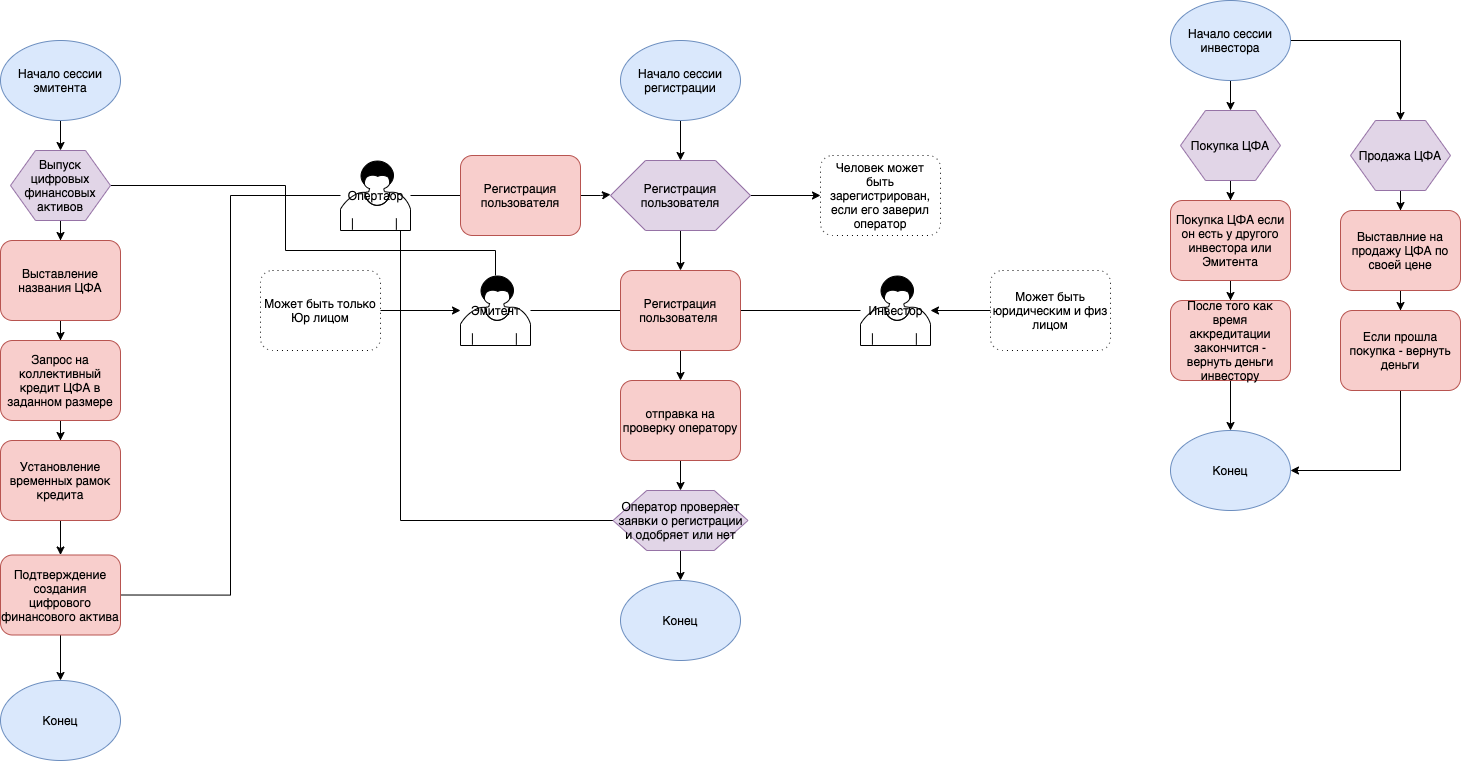
The draw.io diagram Buisness process/Алгоритм работы программы.png in HehexOne/nsd-dtp, before a commit. Source tidied: cells renumbered, new cells last; positions are measured from the earlier drawing's top-left corner, leaving out a move shared by most shapes. Its diagram source:
```xml
<mxGraphModel>
  <root>
    <mxCell id="0" />
    <mxCell id="1" parent="0" />
    <mxCell id="2" style="edgeStyle=orthogonalEdgeStyle;rounded=0;jettySize=auto;html=1;" parent="1" edge="1" source="3" target="7">
      <mxGeometry relative="1" as="geometry" />
    </mxCell>
    <mxCell id="3" value="Начало сессии регистрации" style="ellipse;whiteSpace=wrap;html=1;fillColor=#dae8fc;strokeColor=#6c8ebf;" parent="1" vertex="1">
      <mxGeometry x="620" y="40" width="120" height="80" as="geometry" />
    </mxCell>
    <mxCell id="4" value="Конец" style="ellipse;whiteSpace=wrap;html=1;fillColor=#dae8fc;strokeColor=#6c8ebf;" parent="1" vertex="1">
      <mxGeometry x="620" y="580" width="120" height="80" as="geometry" />
    </mxCell>
    <mxCell id="5" style="edgeStyle=orthogonalEdgeStyle;rounded=0;jettySize=auto;html=1;entryX=0;entryY=0.5;entryDx=0;entryDy=0;" parent="1" edge="1" source="7" target="8">
      <mxGeometry relative="1" as="geometry" />
    </mxCell>
    <mxCell id="6" style="edgeStyle=orthogonalEdgeStyle;rounded=0;jettySize=auto;html=1;entryX=0.5;entryY=0;entryDx=0;entryDy=0;" parent="1" edge="1" source="7" target="23">
      <mxGeometry relative="1" as="geometry" />
    </mxCell>
    <mxCell id="7" value="Регистрация пользователя" style="shape=hexagon;html=1;whiteSpace=wrap;perimeter=hexagonPerimeter;rounded=0;fillColor=#e1d5e7;strokeColor=#9673a6;" parent="1" vertex="1">
      <mxGeometry x="610" y="160" width="140" height="70" as="geometry" />
    </mxCell>
    <mxCell id="8" value="Человек может быть зарегистрирован, если его заверил оператор" style="shape=ext;rounded=1;html=1;whiteSpace=wrap;dashed=1;dashPattern=1 4;" parent="1" vertex="1">
      <mxGeometry x="820" y="155" width="120" height="80" as="geometry" />
    </mxCell>
    <mxCell id="9" style="edgeStyle=orthogonalEdgeStyle;rounded=0;jettySize=auto;html=1;entryX=0.5;entryY=0;entryDx=0;entryDy=0;" parent="1" edge="1" source="10" target="29">
      <mxGeometry relative="1" as="geometry" />
    </mxCell>
    <mxCell id="10" value="отправка на проверку оператору" style="shape=ext;rounded=1;html=1;whiteSpace=wrap;fillColor=#f8cecc;strokeColor=#b85450;" parent="1" vertex="1">
      <mxGeometry x="620" y="380" width="120" height="80" as="geometry" />
    </mxCell>
    <mxCell id="11" style="edgeStyle=orthogonalEdgeStyle;rounded=0;jettySize=auto;html=1;entryX=0;entryY=0.5;entryDx=0;entryDy=0;endArrow=none;endFill=0;" parent="1" edge="1" source="13" target="23">
      <mxGeometry relative="1" as="geometry" />
    </mxCell>
    <mxCell id="12" style="edgeStyle=orthogonalEdgeStyle;rounded=0;jettySize=auto;html=1;entryX=1;entryY=0.5;entryDx=0;entryDy=0;endArrow=none;endFill=0;" parent="1" edge="1" source="13" target="34">
      <mxGeometry relative="1" as="geometry">
        <Array as="points">
          <mxPoint x="495" y="250" />
          <mxPoint x="285" y="250" />
          <mxPoint x="285" y="185" />
        </Array>
      </mxGeometry>
    </mxCell>
    <mxCell id="13" value="Эмитент" style="shape=mxgraph.bpmn.user_task;html=1;outlineConnect=0;" parent="1" vertex="1">
      <mxGeometry x="460" y="275" width="70" height="70" as="geometry" />
    </mxCell>
    <mxCell id="14" style="edgeStyle=orthogonalEdgeStyle;rounded=0;jettySize=auto;html=1;entryX=1;entryY=0.5;entryDx=0;entryDy=0;endArrow=none;endFill=0;" parent="1" edge="1" source="15" target="23">
      <mxGeometry relative="1" as="geometry" />
    </mxCell>
    <mxCell id="15" value="Инвестор" style="shape=mxgraph.bpmn.user_task;html=1;outlineConnect=0;" parent="1" vertex="1">
      <mxGeometry x="860" y="275" width="70" height="70" as="geometry" />
    </mxCell>
    <mxCell id="16" style="edgeStyle=orthogonalEdgeStyle;rounded=0;jettySize=auto;html=1;entryX=0;entryY=0.5;entryDx=0;entryDy=0;endArrow=none;endFill=0;" parent="1" edge="1" source="19" target="21">
      <mxGeometry relative="1" as="geometry" />
    </mxCell>
    <mxCell id="17" style="edgeStyle=orthogonalEdgeStyle;rounded=0;jettySize=auto;html=1;entryX=0;entryY=0.5;entryDx=0;entryDy=0;endArrow=none;endFill=0;" parent="1" edge="1" source="19" target="29">
      <mxGeometry relative="1" as="geometry">
        <Array as="points">
          <mxPoint x="400" y="520" />
        </Array>
      </mxGeometry>
    </mxCell>
    <mxCell id="18" style="edgeStyle=orthogonalEdgeStyle;rounded=0;jettySize=auto;html=1;entryX=1;entryY=0.5;entryDx=0;entryDy=0;endArrow=none;endFill=0;" parent="1" edge="1" source="19" target="36">
      <mxGeometry relative="1" as="geometry" />
    </mxCell>
    <mxCell id="19" value="Опертаор" style="shape=mxgraph.bpmn.user_task;html=1;outlineConnect=0;" parent="1" vertex="1">
      <mxGeometry x="340" y="160" width="70" height="70" as="geometry" />
    </mxCell>
    <mxCell id="20" style="edgeStyle=orthogonalEdgeStyle;rounded=0;jettySize=auto;html=1;entryX=0;entryY=0.5;entryDx=0;entryDy=0;" parent="1" edge="1" source="21" target="7">
      <mxGeometry relative="1" as="geometry" />
    </mxCell>
    <mxCell id="21" value="Регистрация пользователя" style="shape=ext;rounded=1;html=1;whiteSpace=wrap;fillColor=#f8cecc;strokeColor=#b85450;" parent="1" vertex="1">
      <mxGeometry x="460" y="155" width="120" height="80" as="geometry" />
    </mxCell>
    <mxCell id="22" style="edgeStyle=orthogonalEdgeStyle;rounded=0;jettySize=auto;html=1;entryX=0.5;entryY=0;entryDx=0;entryDy=0;" parent="1" edge="1" source="23" target="10">
      <mxGeometry relative="1" as="geometry" />
    </mxCell>
    <mxCell id="23" value="Регистрация пользователя&amp;nbsp;" style="shape=ext;rounded=1;html=1;whiteSpace=wrap;fillColor=#f8cecc;strokeColor=#b85450;" parent="1" vertex="1">
      <mxGeometry x="620" y="270" width="120" height="80" as="geometry" />
    </mxCell>
    <mxCell id="24" style="edgeStyle=orthogonalEdgeStyle;rounded=0;jettySize=auto;html=1;" parent="1" edge="1" source="25" target="13">
      <mxGeometry relative="1" as="geometry" />
    </mxCell>
    <mxCell id="25" value="Может быть только Юр лицом" style="shape=ext;rounded=1;html=1;whiteSpace=wrap;dashed=1;dashPattern=1 4;" parent="1" vertex="1">
      <mxGeometry x="260" y="270" width="120" height="80" as="geometry" />
    </mxCell>
    <mxCell id="26" style="edgeStyle=orthogonalEdgeStyle;rounded=0;jettySize=auto;html=1;" parent="1" edge="1" source="27" target="15">
      <mxGeometry relative="1" as="geometry" />
    </mxCell>
    <mxCell id="27" value="Может быть юридическим и физ лицом" style="shape=ext;rounded=1;html=1;whiteSpace=wrap;dashed=1;dashPattern=1 4;" parent="1" vertex="1">
      <mxGeometry x="990" y="270" width="120" height="80" as="geometry" />
    </mxCell>
    <mxCell id="28" style="edgeStyle=orthogonalEdgeStyle;rounded=0;jettySize=auto;html=1;entryX=0.5;entryY=0;entryDx=0;entryDy=0;endArrow=classic;endFill=1;" parent="1" edge="1" source="29" target="4">
      <mxGeometry relative="1" as="geometry" />
    </mxCell>
    <mxCell id="29" value="Оператор проверяет заявки о регистрации и одобряет или нет" style="shape=hexagon;html=1;whiteSpace=wrap;perimeter=hexagonPerimeter;rounded=0;fillColor=#e1d5e7;strokeColor=#9673a6;" parent="1" vertex="1">
      <mxGeometry x="612.5" y="490" width="135" height="60" as="geometry" />
    </mxCell>
    <mxCell id="30" style="edgeStyle=orthogonalEdgeStyle;rounded=0;jettySize=auto;html=1;entryX=0.5;entryY=0;entryDx=0;entryDy=0;endArrow=classic;endFill=1;" parent="1" edge="1" source="31" target="34">
      <mxGeometry relative="1" as="geometry" />
    </mxCell>
    <mxCell id="31" value="Начало сессии эмитента" style="ellipse;whiteSpace=wrap;html=1;fillColor=#dae8fc;strokeColor=#6c8ebf;" parent="1" vertex="1">
      <mxGeometry y="40" width="120" height="80" as="geometry" />
    </mxCell>
    <mxCell id="32" value="Конец" style="ellipse;whiteSpace=wrap;html=1;fillColor=#dae8fc;strokeColor=#6c8ebf;" parent="1" vertex="1">
      <mxGeometry y="680" width="120" height="80" as="geometry" />
    </mxCell>
    <mxCell id="33" style="edgeStyle=orthogonalEdgeStyle;rounded=0;jettySize=auto;html=1;endArrow=classic;endFill=1;" parent="1" edge="1" source="34" target="38">
      <mxGeometry relative="1" as="geometry" />
    </mxCell>
    <mxCell id="34" value="Выпуск цифровых финансовых активов" style="shape=hexagon;html=1;whiteSpace=wrap;perimeter=hexagonPerimeter;rounded=0;fillColor=#e1d5e7;strokeColor=#9673a6;" parent="1" vertex="1">
      <mxGeometry x="10" y="150" width="100" height="70" as="geometry" />
    </mxCell>
    <mxCell id="35" style="edgeStyle=orthogonalEdgeStyle;rounded=0;jettySize=auto;html=1;endArrow=classic;endFill=1;" parent="1" edge="1" source="36" target="32">
      <mxGeometry relative="1" as="geometry" />
    </mxCell>
    <mxCell id="36" value="Подтверждение создания цифрового финансового актива" style="shape=ext;rounded=1;html=1;whiteSpace=wrap;fontFamily=Helvetica;fontSize=12;align=center;strokeColor=#b85450;fillColor=#f8cecc;" parent="1" vertex="1">
      <mxGeometry y="554.5" width="120" height="80" as="geometry" />
    </mxCell>
    <mxCell id="37" style="edgeStyle=orthogonalEdgeStyle;rounded=0;jettySize=auto;html=1;endArrow=classic;endFill=1;" parent="1" edge="1" source="38" target="40">
      <mxGeometry relative="1" as="geometry" />
    </mxCell>
    <mxCell id="38" value="Выставление названия ЦФА" style="shape=ext;rounded=1;html=1;whiteSpace=wrap;fillColor=#f8cecc;strokeColor=#b85450;" parent="1" vertex="1">
      <mxGeometry y="240" width="120" height="80" as="geometry" />
    </mxCell>
    <mxCell id="39" style="edgeStyle=orthogonalEdgeStyle;rounded=0;jettySize=auto;html=1;entryX=0.5;entryY=0;entryDx=0;entryDy=0;endArrow=classic;endFill=1;" parent="1" edge="1" source="40" target="42">
      <mxGeometry relative="1" as="geometry" />
    </mxCell>
    <mxCell id="40" value="Запрос на коллективный кредит ЦФА в заданном размере" style="shape=ext;rounded=1;html=1;whiteSpace=wrap;fillColor=#f8cecc;strokeColor=#b85450;" parent="1" vertex="1">
      <mxGeometry y="340" width="120" height="80" as="geometry" />
    </mxCell>
    <mxCell id="41" style="edgeStyle=orthogonalEdgeStyle;rounded=0;jettySize=auto;html=1;endArrow=classic;endFill=1;" parent="1" edge="1" source="42" target="36">
      <mxGeometry relative="1" as="geometry" />
    </mxCell>
    <mxCell id="42" value="Установление временных рамок кредита" style="shape=ext;rounded=1;html=1;whiteSpace=wrap;fillColor=#f8cecc;strokeColor=#b85450;" parent="1" vertex="1">
      <mxGeometry y="440" width="120" height="80" as="geometry" />
    </mxCell>
    <mxCell id="43" style="edgeStyle=orthogonalEdgeStyle;rounded=0;jettySize=auto;html=1;entryX=0.5;entryY=0;entryDx=0;entryDy=0;endArrow=classic;endFill=1;" parent="1" edge="1" source="45" target="48">
      <mxGeometry relative="1" as="geometry" />
    </mxCell>
    <mxCell id="44" style="edgeStyle=orthogonalEdgeStyle;rounded=0;jettySize=auto;html=1;entryX=0.5;entryY=0;entryDx=0;entryDy=0;endArrow=classic;endFill=1;" parent="1" edge="1" source="45" target="54">
      <mxGeometry relative="1" as="geometry" />
    </mxCell>
    <mxCell id="45" value="Начало сессии инвестора" style="ellipse;whiteSpace=wrap;html=1;fillColor=#dae8fc;strokeColor=#6c8ebf;" parent="1" vertex="1">
      <mxGeometry x="1170" width="120" height="80" as="geometry" />
    </mxCell>
    <mxCell id="46" value="Конец" style="ellipse;whiteSpace=wrap;html=1;fillColor=#dae8fc;strokeColor=#6c8ebf;" parent="1" vertex="1">
      <mxGeometry x="1170" y="430" width="120" height="80" as="geometry" />
    </mxCell>
    <mxCell id="47" style="edgeStyle=orthogonalEdgeStyle;rounded=0;jettySize=auto;html=1;endArrow=classic;endFill=1;" parent="1" edge="1" source="48" target="50">
      <mxGeometry relative="1" as="geometry" />
    </mxCell>
    <mxCell id="48" value="Покупка ЦФА" style="shape=hexagon;html=1;whiteSpace=wrap;perimeter=hexagonPerimeter;rounded=0;fillColor=#e1d5e7;strokeColor=#9673a6;" parent="1" vertex="1">
      <mxGeometry x="1180" y="110" width="100" height="70" as="geometry" />
    </mxCell>
    <mxCell id="49" style="edgeStyle=orthogonalEdgeStyle;rounded=0;jettySize=auto;html=1;endArrow=classic;endFill=1;" parent="1" edge="1" source="50" target="52">
      <mxGeometry relative="1" as="geometry" />
    </mxCell>
    <mxCell id="50" value="Покупка ЦФА если он есть у другого инвестора или Эмитента" style="shape=ext;rounded=1;html=1;whiteSpace=wrap;fillColor=#f8cecc;strokeColor=#b85450;" parent="1" vertex="1">
      <mxGeometry x="1170" y="200" width="120" height="80" as="geometry" />
    </mxCell>
    <mxCell id="51" style="edgeStyle=orthogonalEdgeStyle;rounded=0;jettySize=auto;html=1;entryX=0.5;entryY=0;entryDx=0;entryDy=0;endArrow=classic;endFill=1;" parent="1" edge="1" source="52" target="46">
      <mxGeometry relative="1" as="geometry" />
    </mxCell>
    <mxCell id="52" value="После того как время аккредитации закончится - вернуть деньги инвестору" style="shape=ext;rounded=1;html=1;whiteSpace=wrap;fillColor=#f8cecc;strokeColor=#b85450;" parent="1" vertex="1">
      <mxGeometry x="1170" y="300" width="120" height="80" as="geometry" />
    </mxCell>
    <mxCell id="53" style="edgeStyle=orthogonalEdgeStyle;rounded=0;jettySize=auto;html=1;entryX=0.5;entryY=0;entryDx=0;entryDy=0;endArrow=classic;endFill=1;" parent="1" edge="1" source="54" target="56">
      <mxGeometry relative="1" as="geometry" />
    </mxCell>
    <mxCell id="54" value="Продажа ЦФА" style="shape=hexagon;html=1;whiteSpace=wrap;perimeter=hexagonPerimeter;rounded=0;fillColor=#e1d5e7;strokeColor=#9673a6;" parent="1" vertex="1">
      <mxGeometry x="1350" y="120" width="100" height="70" as="geometry" />
    </mxCell>
    <mxCell id="55" style="edgeStyle=orthogonalEdgeStyle;rounded=0;jettySize=auto;html=1;entryX=0.5;entryY=0;entryDx=0;entryDy=0;endArrow=classic;endFill=1;" parent="1" edge="1" source="56" target="58">
      <mxGeometry relative="1" as="geometry" />
    </mxCell>
    <mxCell id="56" value="Выставлние на продажу ЦФА по своей цене" style="shape=ext;rounded=1;html=1;whiteSpace=wrap;fillColor=#f8cecc;strokeColor=#b85450;" parent="1" vertex="1">
      <mxGeometry x="1340" y="210" width="120" height="80" as="geometry" />
    </mxCell>
    <mxCell id="57" style="edgeStyle=orthogonalEdgeStyle;rounded=0;jettySize=auto;html=1;endArrow=classic;endFill=1;" parent="1" edge="1" source="58" target="46">
      <mxGeometry relative="1" as="geometry">
        <Array as="points">
          <mxPoint x="1400" y="470" />
        </Array>
      </mxGeometry>
    </mxCell>
    <mxCell id="58" value="Если прошла покупка - вернуть деньги" style="shape=ext;rounded=1;html=1;whiteSpace=wrap;fillColor=#f8cecc;strokeColor=#b85450;" parent="1" vertex="1">
      <mxGeometry x="1340" y="310" width="120" height="80" as="geometry" />
    </mxCell>
  </root>
</mxGraphModel>
```
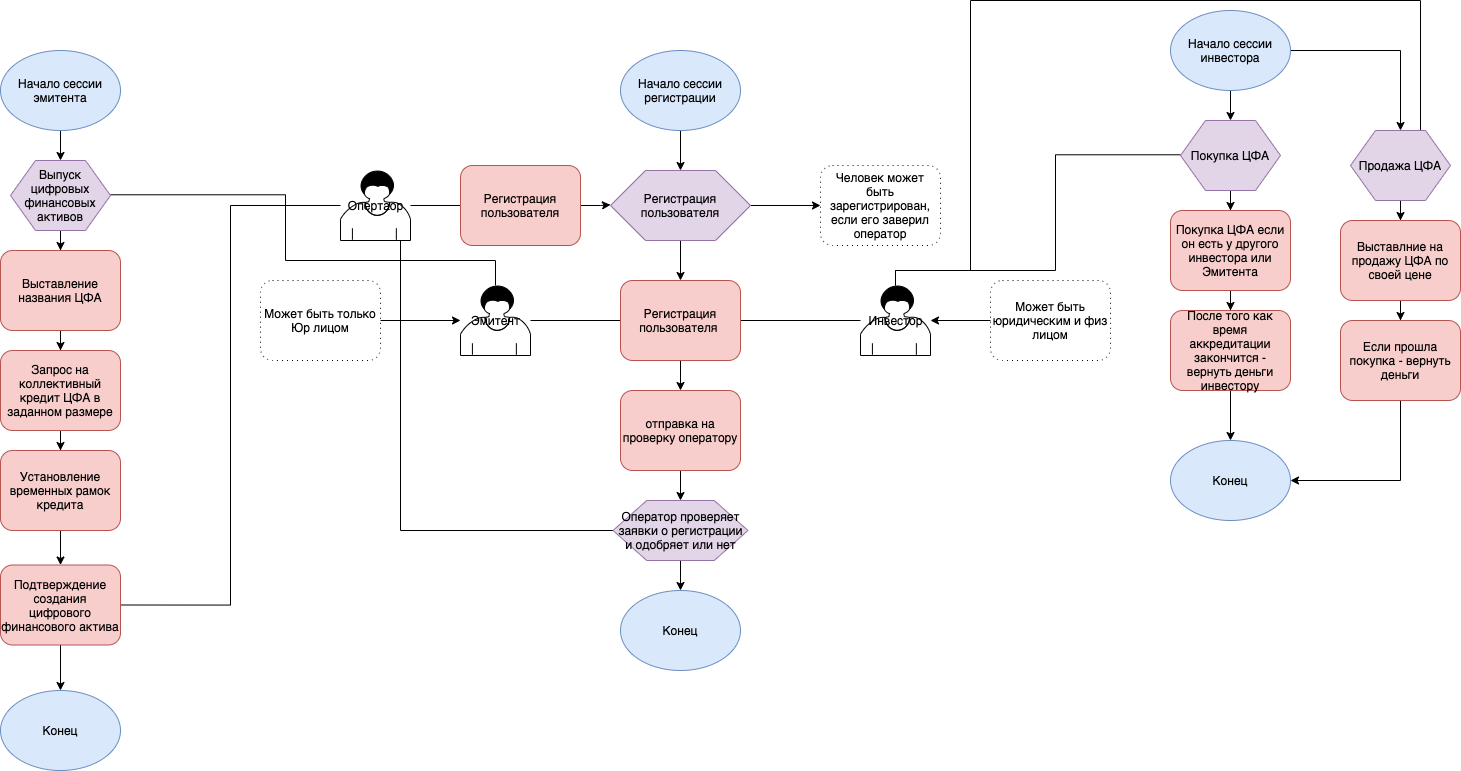
Later version of the same file.

Diff of the diagram source:
```diff
@@ -47,6 +47,26 @@
     <mxCell id="14" style="edgeStyle=orthogonalEdgeStyle;rounded=0;jettySize=auto;html=1;entryX=1;entryY=0.5;entryDx=0;entryDy=0;endArrow=none;endFill=0;" parent="1" edge="1" source="15" target="23">
       <mxGeometry relative="1" as="geometry" />
     </mxCell>
+    <mxCell id="59" style="edgeStyle=orthogonalEdgeStyle;rounded=0;jettySize=auto;html=1;entryX=0;entryY=0.5;entryDx=0;entryDy=0;endArrow=none;endFill=0;" parent="1" edge="1" source="15" target="48">
+      <mxGeometry relative="1" as="geometry">
+        <Array as="points">
+          <mxPoint x="895" y="260" />
+          <mxPoint x="1055" y="260" />
+          <mxPoint x="1055" y="144" />
+        </Array>
+      </mxGeometry>
+    </mxCell>
+    <mxCell id="60" style="edgeStyle=orthogonalEdgeStyle;rounded=0;jettySize=auto;html=1;entryX=0.375;entryY=0;entryDx=0;entryDy=0;endArrow=none;endFill=0;" parent="1" edge="1" source="15" target="54">
+      <mxGeometry relative="1" as="geometry">
+        <Array as="points">
+          <mxPoint x="895" y="260" />
+          <mxPoint x="970" y="260" />
+          <mxPoint x="970" y="-10" />
+          <mxPoint x="1420" y="-10" />
+          <mxPoint x="1420" y="120" />
+        </Array>
+      </mxGeometry>
+    </mxCell>
     <mxCell id="15" value="Инвестор" style="shape=mxgraph.bpmn.user_task;html=1;outlineConnect=0;" parent="1" vertex="1">
       <mxGeometry x="860" y="275" width="70" height="70" as="geometry" />
     </mxCell>
```
